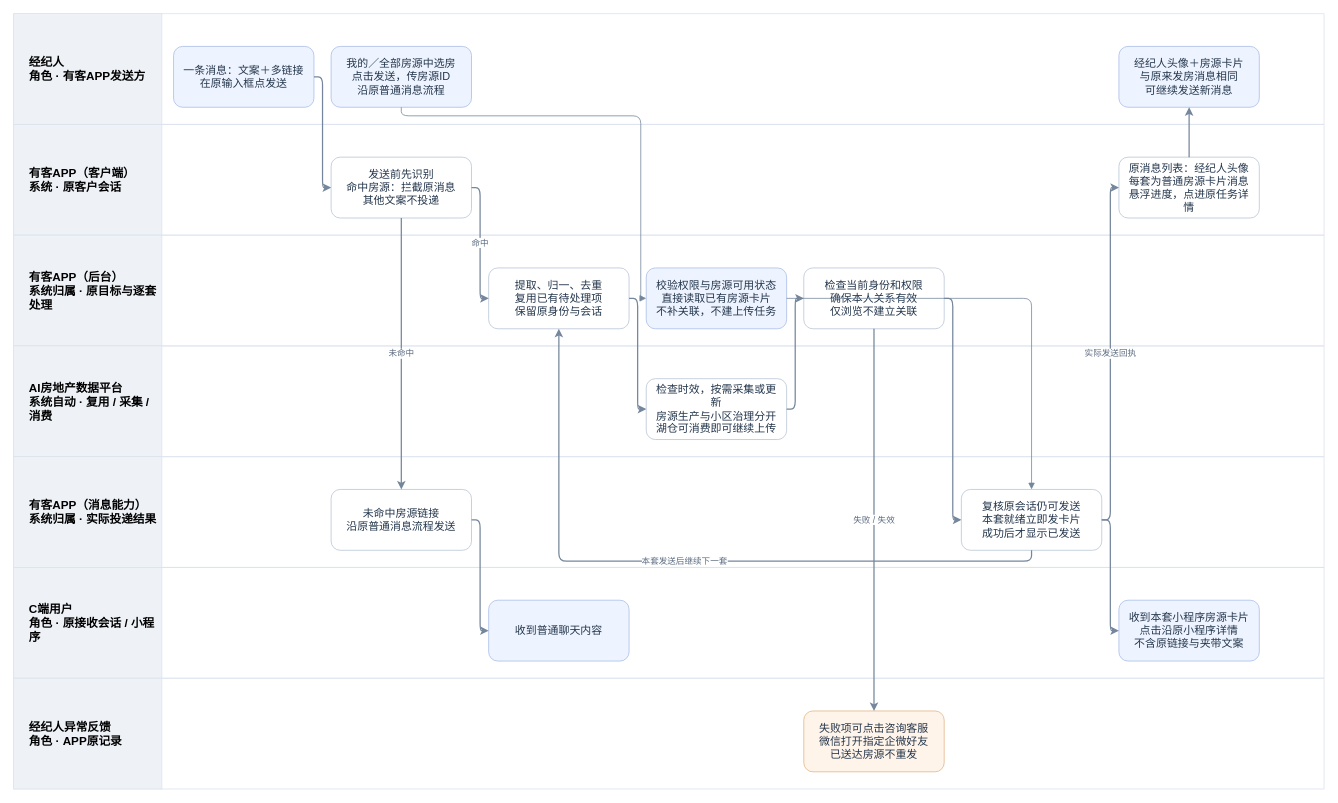
Earlier version of the draw.io diagram page "APP客户会话｜角色与系统泳道" (2 of 3) of B端发房共用资源/V3.0-B端房源上传与管理-角色与系统业务流程.drawio (JZT-AI/ai-real-estate-platform-v3-prototype). Source tidied: cells renumbered, new cells numbered last; positions are measured from the earlier drawing's top-left corner, leaving out a move shared by most shapes. Both pictures are drawn from the tidied source at 78%, with x=0, y=0 at pixel (13, 13).
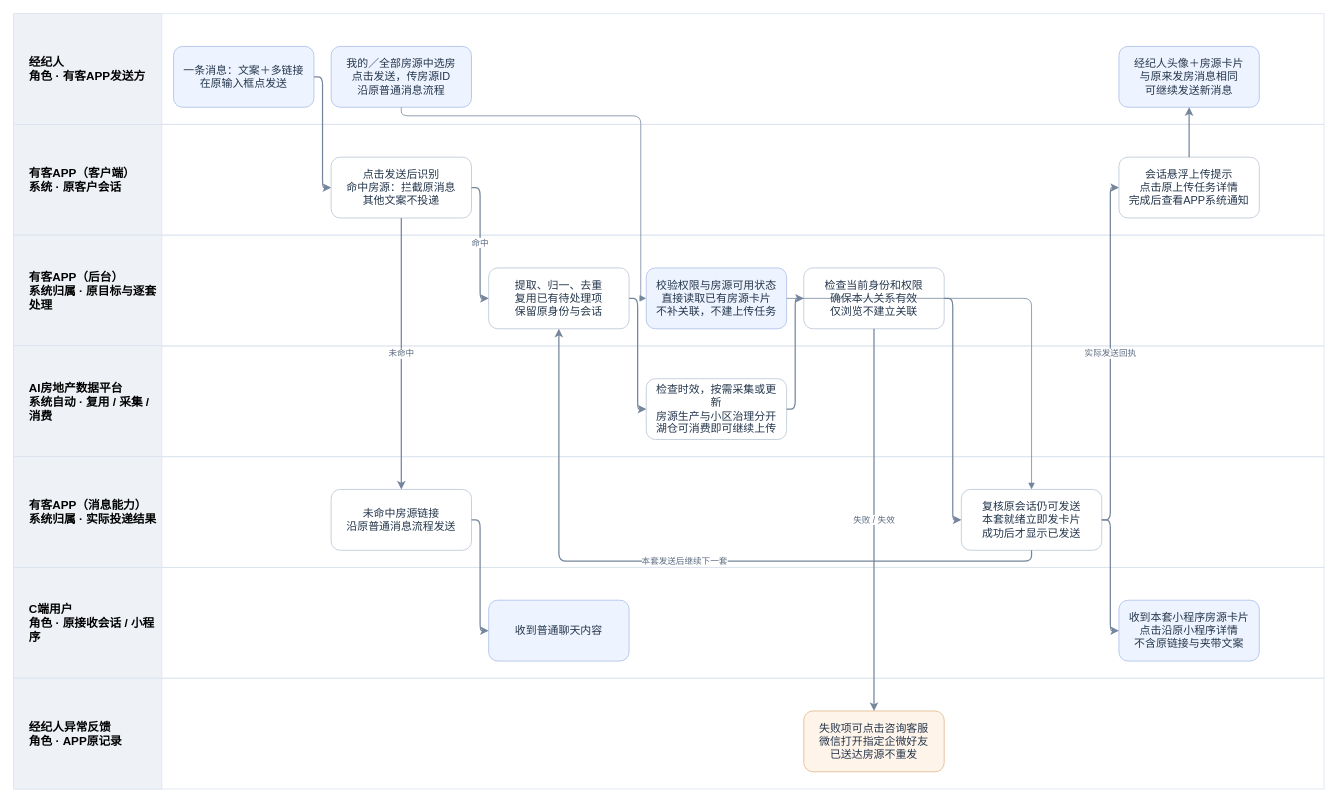
The same page after the edit.

Unchanged cells that the change refers to:
```xml
<mxCell id="4" style="swimlane;horizontal=1;startSize=0;fillColor=#f8fafc;strokeColor=#dce3ed;" parent="1" vertex="1">
  <mxGeometry y="142" width="1680" height="142" as="geometry" />
</mxCell>
```

The edit, as a diff of the source:
```diff
@@
-    <mxCell id="17" value="发送前先识别&lt;br&gt;命中房源：拦截原消息&lt;br&gt;其他文案不投递" style="rounded=1;whiteSpace=wrap;html=1;fillColor=#fff;strokeColor=#b7c4d5;fontColor=#24364c;fontSize=14;spacing=8;" parent="4" vertex="1">
+    <mxCell id="17" value="点击发送后识别&lt;br&gt;命中房源：拦截原消息&lt;br&gt;其他文案不投递" style="rounded=1;whiteSpace=wrap;html=1;fillColor=#fff;strokeColor=#b7c4d5;fontColor=#24364c;fontSize=14;spacing=8;" parent="4" vertex="1">
       <mxGeometry x="407" y="42" width="180" height="78" as="geometry" />
     </mxCell>
@@
-    <mxCell id="23" value="原消息列表：经纪人头像&lt;br&gt;每套为普通房源卡片消息&lt;br&gt;悬浮进度，点进原任务详情" style="rounded=1;whiteSpace=wrap;html=1;fillColor=#fff;strokeColor=#b7c4d5;fontColor=#24364c;fontSize=14;spacing=8;" parent="4" vertex="1">
+    <mxCell id="23" value="会话悬浮上传提示&lt;br&gt;点击原上传任务详情&lt;br&gt;完成后查看APP系统通知" style="rounded=1;whiteSpace=wrap;html=1;fillColor=#fff;strokeColor=#b7c4d5;fontColor=#24364c;fontSize=14;spacing=8;" parent="4" vertex="1">
       <mxGeometry x="1417" y="42" width="180" height="78" as="geometry" />
     </mxCell>
```
